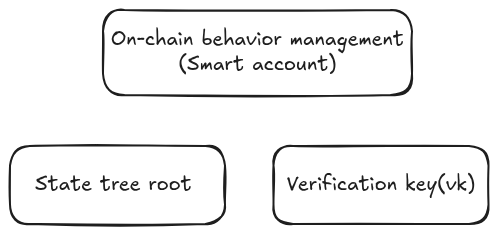
This is images/smart-account-zkp.png from MicrochainLabs/zkScope-NoirHack, a Excalidraw export, as it was before one commit. Source tidied: one line per element, renumbered; positions are measured from the earlier drawing's top-left corner, leaving out a move shared by most shapes. Source of this version:
```json
{"id": 0, "type": "rectangle", "strokeColor": "#1e1e1e", "strokeWidth": 2, "roughness": 1, "round": true, "x": 93, "y": 0, "width": 309, "height": 85}
{"id": 1, "type": "text", "text": "On-chain behavior management\n(Smart account)", "strokeColor": "#1e1e1e", "strokeWidth": 2, "roughness": 1, "fontSize": 20, "fontFamily": 5, "textAlign": "center", "verticalAlign": "middle", "inside": 0, "x": 101, "y": 18, "width": 293, "height": 50}
{"id": 2, "type": "rectangle", "strokeColor": "#1e1e1e", "strokeWidth": 2, "roughness": 1, "round": true, "x": 0, "y": 136, "width": 215, "height": 78}
{"id": 3, "type": "text", "text": "State tree root ", "strokeColor": "#1e1e1e", "strokeWidth": 2, "roughness": 1, "fontSize": 20, "fontFamily": 5, "textAlign": "center", "verticalAlign": "middle", "inside": 2, "x": 25, "y": 162, "width": 164, "height": 25}
{"id": 4, "type": "rectangle", "strokeColor": "#1e1e1e", "strokeWidth": 2, "roughness": 1, "round": true, "x": 264, "y": 136, "width": 215, "height": 78}
{"id": 5, "type": "text", "text": "Verification key(vk)", "strokeColor": "#1e1e1e", "strokeWidth": 2, "roughness": 1, "fontSize": 20, "fontFamily": 5, "textAlign": "center", "verticalAlign": "middle", "inside": 4, "x": 277, "y": 162, "width": 188, "height": 25}
```
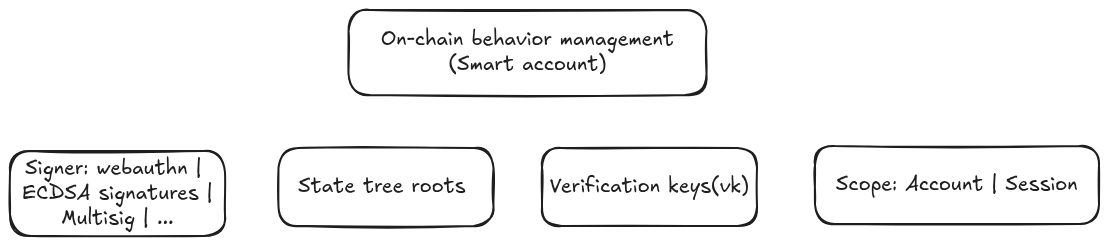
After the change.

Change to the diagram source:
```diff
@@ -1,6 +1,10 @@
-{"id": 0, "type": "rectangle", "strokeColor": "#1e1e1e", "strokeWidth": 2, "roughness": 1, "round": true, "x": 93, "y": 0, "width": 309, "height": 85}
+{"id": 0, "type": "rectangle", "strokeColor": "#1e1e1e", "strokeWidth": 2, "roughness": 1, "round": true, "x": 70, "y": -2, "width": 358, "height": 85}
-{"id": 1, "type": "text", "text": "On-chain behavior management\n(Smart account)", "strokeColor": "#1e1e1e", "strokeWidth": 2, "roughness": 1, "fontSize": 20, "fontFamily": 5, "textAlign": "center", "verticalAlign": "middle", "inside": 0, "x": 101, "y": 18, "width": 293, "height": 50}
+{"id": 1, "type": "text", "text": "On-chain behavior management\n(Smart account)", "strokeColor": "#1e1e1e", "strokeWidth": 2, "roughness": 1, "fontSize": 20, "fontFamily": 5, "textAlign": "center", "verticalAlign": "middle", "inside": 0, "x": 103, "y": 16, "width": 293, "height": 50}
 {"id": 2, "type": "rectangle", "strokeColor": "#1e1e1e", "strokeWidth": 2, "roughness": 1, "round": true, "x": 0, "y": 136, "width": 215, "height": 78}
-{"id": 3, "type": "text", "text": "State tree root ", "strokeColor": "#1e1e1e", "strokeWidth": 2, "roughness": 1, "fontSize": 20, "fontFamily": 5, "textAlign": "center", "verticalAlign": "middle", "inside": 2, "x": 25, "y": 162, "width": 164, "height": 25}
+{"id": 3, "type": "text", "text": "State tree roots ", "strokeColor": "#1e1e1e", "strokeWidth": 2, "roughness": 1, "fontSize": 20, "fontFamily": 5, "textAlign": "center", "verticalAlign": "middle", "inside": 2, "x": 20, "y": 162, "width": 175, "height": 25}
 {"id": 4, "type": "rectangle", "strokeColor": "#1e1e1e", "strokeWidth": 2, "roughness": 1, "round": true, "x": 264, "y": 136, "width": 215, "height": 78}
-{"id": 5, "type": "text", "text": "Verification key(vk)", "strokeColor": "#1e1e1e", "strokeWidth": 2, "roughness": 1, "fontSize": 20, "fontFamily": 5, "textAlign": "center", "verticalAlign": "middle", "inside": 4, "x": 277, "y": 162, "width": 188, "height": 25}
+{"id": 5, "type": "text", "text": "Verification keys(vk)", "strokeColor": "#1e1e1e", "strokeWidth": 2, "roughness": 1, "fontSize": 20, "fontFamily": 5, "textAlign": "center", "verticalAlign": "middle", "inside": 4, "x": 271, "y": 162, "width": 199, "height": 25}
+{"id": 6, "type": "rectangle", "strokeColor": "#1e1e1e", "strokeWidth": 2, "roughness": 1, "round": true, "x": -268, "y": 139, "width": 215, "height": 85}
+{"id": 7, "type": "text", "text": "Signer: webauthn | \nECDSA signatures |\nMultisig | ...", "strokeColor": "#1e1e1e", "strokeWidth": 2, "roughness": 1, "fontSize": 20, "fontFamily": 5, "textAlign": "center", "verticalAlign": "middle", "inside": 6, "x": -256, "y": 144, "width": 191, "height": 75}
+{"id": 8, "type": "rectangle", "strokeColor": "#1e1e1e", "strokeWidth": 2, "roughness": 1, "round": true, "x": 536, "y": 134, "width": 284, "height": 78}
+{"id": 9, "type": "text", "text": "Scope: Account | Session", "strokeColor": "#1e1e1e", "strokeWidth": 2, "roughness": 1, "fontSize": 20, "fontFamily": 5, "textAlign": "center", "verticalAlign": "middle", "inside": 8, "x": 558, "y": 160, "width": 242, "height": 25}
```
